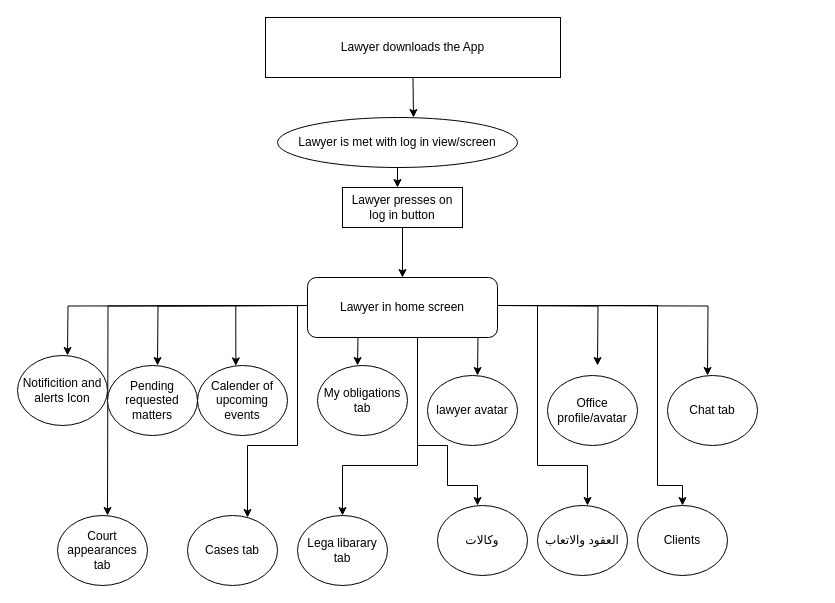
The draw.io diagram page "BigPicture" (1 of 10) of LawyerApp.drawio in tariq7299/LawyerPrep, before the edit. Source tidied: cells renumbered, new cells numbered last; positions are measured from the earlier drawing's top-left corner, leaving out a move shared by most shapes. Both pictures are drawn from the tidied source at 100%, with x=0, y=0 at pixel (17, 17).
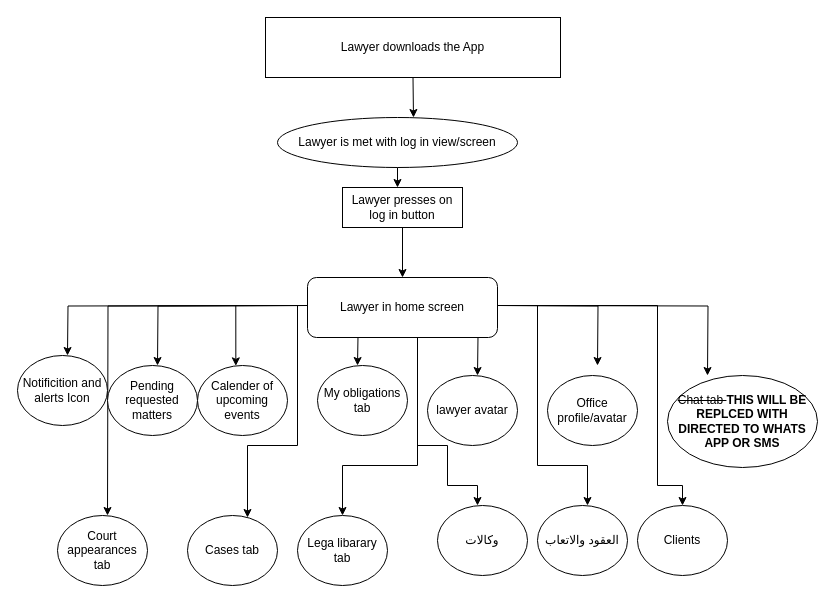
Above is the later version.

Change to the diagram source:
```diff
@@
-    <mxCell id="26" value="Chat tab" style="ellipse;whiteSpace=wrap;html=1;" parent="1" vertex="1">
-      <mxGeometry x="650" y="358" width="90" height="70" as="geometry" />
+    <mxCell id="26" value="&lt;strike&gt;Chat tab &lt;/strike&gt;&lt;b style=&quot;&quot;&gt;THIS WILL BE REPLCED WITH DIRECTED TO WHATS APP OR SMS&lt;/b&gt;" style="ellipse;whiteSpace=wrap;html=1;" parent="1" vertex="1">
+      <mxGeometry x="650" y="358" width="150" height="92" as="geometry" />
     </mxCell>
```
